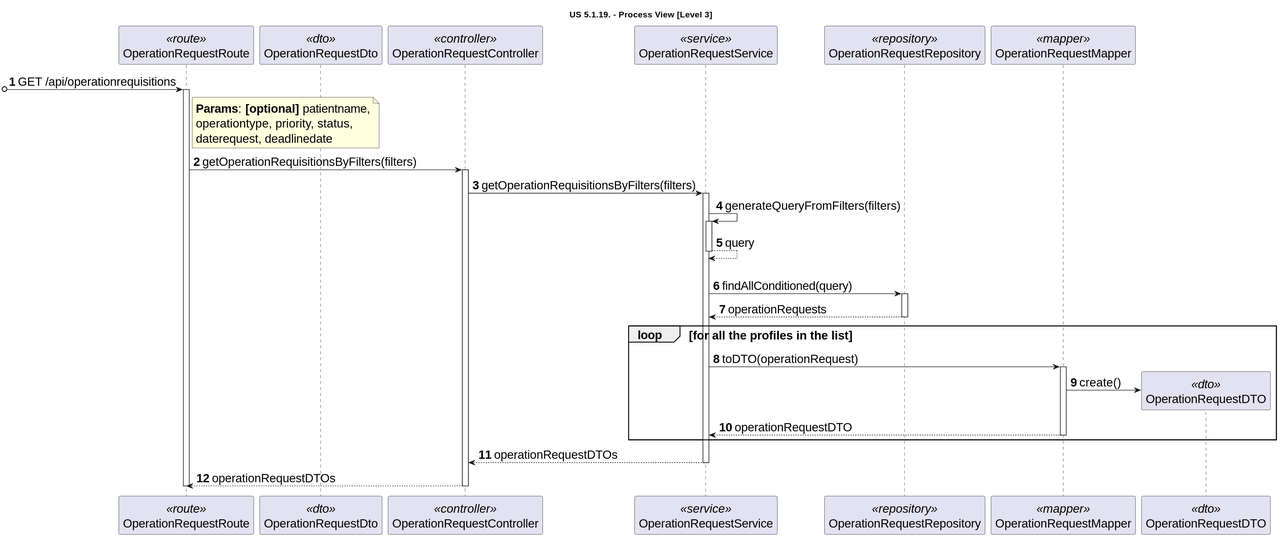
Earlier version of the PlantUML export docs/sprint-1/1220841/us-5.1.19/diagrams/level-3-process-view.svg (rita-barbosa/LAPR5-2425). Source of this version:
```plantuml
@startuml
skinparamlocked defaultFontSize 20

title "US 5.1.19. - Process View [Level 3]"

autonumber
participant "OperationRequestRoute" as ROUTE <<route>>
participant "OperationRequestDto" as pat_dto <<dto>>
participant "OperationRequestController" as CTRL <<controller>>
participant "OperationRequestService" as SVC <<service>>
participant "OperationRequestRepository" as REPO <<repository>>
participant "OperationRequestMapper" as MAP <<mapper>>
participant "OperationRequestDTO" as DTO <<dto>>


[o-> ROUTE: GET /api/operationrequisitions
activate ROUTE
note right of ROUTE:**Params**: **[optional]** patientname,\noperationtype, priority, status,\ndaterequest, deadlinedate

ROUTE -> CTRL: getOperationRequisitionsByFilters(filters)
activate CTRL

CTRL -> SVC: getOperationRequisitionsByFilters(filters)
activate SVC


SVC -> SVC : generateQueryFromFilters(filters)
activate SVC
SVC --> SVC : query
deactivate SVC
|||

SVC -> REPO : findAllConditioned(query)
activate REPO
REPO --> SVC : operationRequests
deactivate REPO

    loop for all the profiles in the list
        SVC -> MAP : toDTO(operationRequest)
        activate MAP

        MAP -> DTO ** : create()

        MAP --> SVC : operationRequestDTO
        deactivate MAP
    end loop



SVC --> CTRL: operationRequestDTOs
deactivate SVC
CTRL --> ROUTE: operationRequestDTOs
deactivate CTRL
   deactivate ROUTE
    @enduml
```
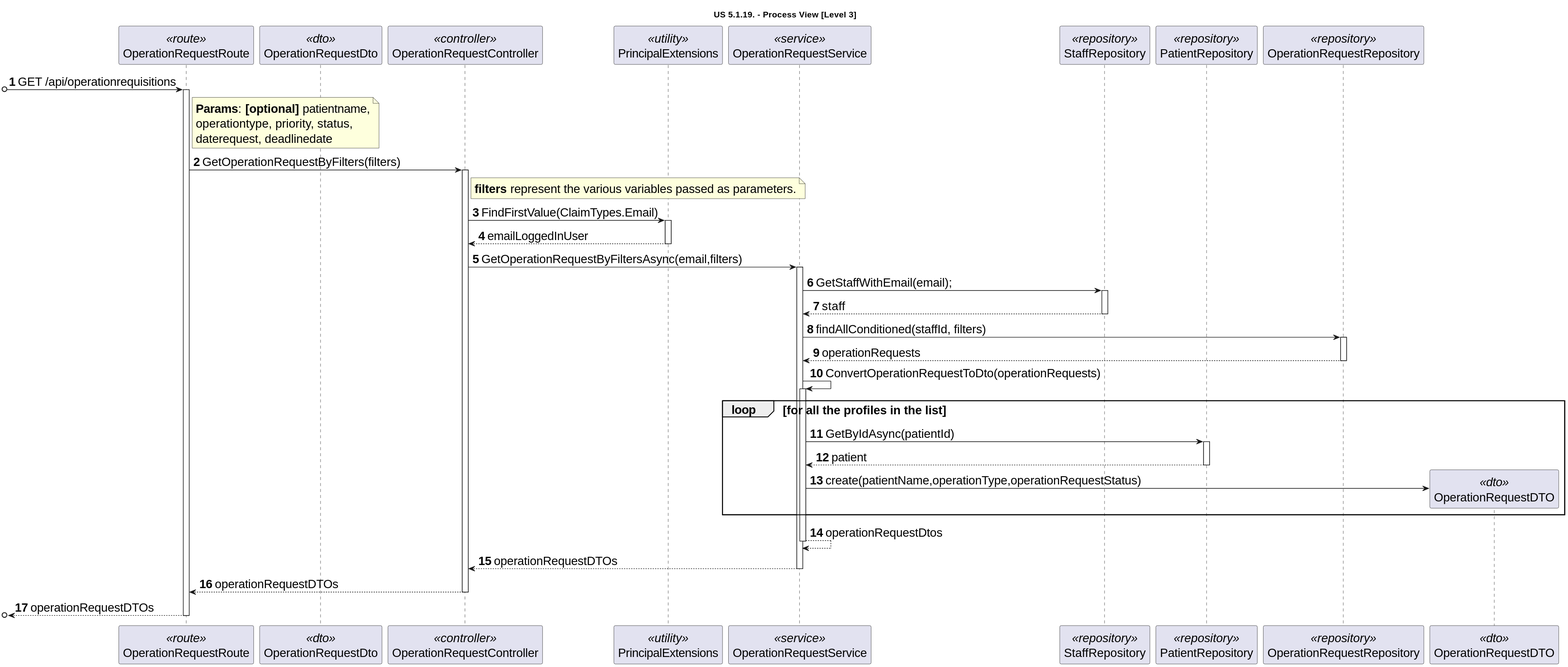
The same file after the commit.

Commit message:
DG38-194 | docs: corrects readme strutucture and updates diagrams.

What changed in the source:
```diff
@@ -7,9 +7,13 @@
 participant "OperationRequestRoute" as ROUTE <<route>>
 participant "OperationRequestDto" as pat_dto <<dto>>
 participant "OperationRequestController" as CTRL <<controller>>
+participant "PrincipalExtensions" as CLAIMS <<utility>>
 participant "OperationRequestService" as SVC <<service>>
+participant "StaffRepository" as STA_REPO <<repository>>
+participant "PatientRepository" as PAT_REPO <<repository>>
 participant "OperationRequestRepository" as REPO <<repository>>
-participant "OperationRequestMapper" as MAP <<mapper>>
+participant "StaffRepository" as REPO <<repository>>
+
 participant "OperationRequestDTO" as DTO <<dto>>
 
 
@@ -17,39 +21,54 @@
 activate ROUTE
 note right of ROUTE:**Params**: **[optional]** patientname,\noperationtype, priority, status,\ndaterequest, deadlinedate
 
-ROUTE -> CTRL: getOperationRequisitionsByFilters(filters)
+ROUTE -> CTRL: GetOperationRequestByFilters(filters)
 activate CTRL
 
-CTRL -> SVC: getOperationRequisitionsByFilters(filters)
+note right of CTRL: **filters** represent the various variables passed as parameters.
+
+CTRL -> CLAIMS : FindFirstValue(ClaimTypes.Email)
+activate CLAIMS
+
+CLAIMS --> CTRL : emailLoggedInUser
+deactivate CLAIMS
+
+
+CTRL -> SVC: GetOperationRequestByFiltersAsync(email,filters)
 activate SVC
 
+SVC -> STA_REPO: GetStaffWithEmail(email);
+activate STA_REPO
 
-SVC -> SVC : generateQueryFromFilters(filters)
-activate SVC
-SVC --> SVC : query
-deactivate SVC
-|||
+STA_REPO --> SVC: staff
+deactivate STA_REPO
 
-SVC -> REPO : findAllConditioned(query)
+SVC -> REPO : findAllConditioned(staffId, filters)
 activate REPO
 REPO --> SVC : operationRequests
 deactivate REPO
 
-    loop for all the profiles in the list
-        SVC -> MAP : toDTO(operationRequest)
-        activate MAP
+SVC -> SVC: ConvertOperationRequestToDto(operationRequests)
+activate SVC
 
-        MAP -> DTO ** : create()
+loop for all the profiles in the list
+        SVC -> PAT_REPO : GetByIdAsync(patientId)
+        activate PAT_REPO
+        PAT_REPO -->  SVC : patient
+        deactivate PAT_REPO
 
-        MAP --> SVC : operationRequestDTO
-        deactivate MAP
-    end loop
+        SVC -> DTO ** : create(patientName,operationType,operationRequestStatus)
+end loop
 
 
+SVC --> SVC : operationRequestDtos
+deactivate SVC
 
 SVC --> CTRL: operationRequestDTOs
 deactivate SVC
+
 CTRL --> ROUTE: operationRequestDTOs
 deactivate CTRL
-   deactivate ROUTE
-    @enduml
+
+[o<-- ROUTE: operationRequestDTOs
+deactivate ROUTE
+@enduml
```
